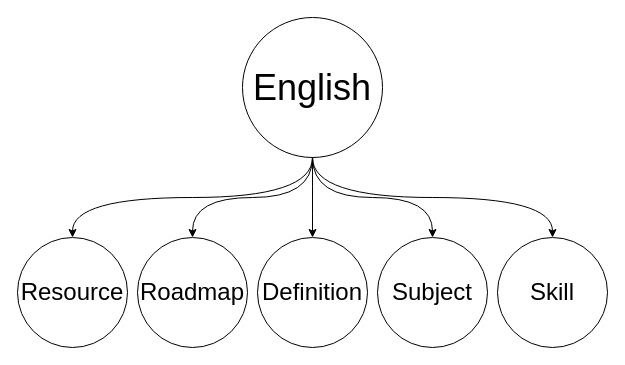
kashanimorteza/english_document keeps this draw.io diagram as page "AI" (1 of 2) of design/general.drawio. Above is the earlier version. Source tidied: cells renumbered, new cells numbered last; positions are measured from the earlier drawing's top-left corner, leaving out a move shared by most shapes. Both pictures are drawn from the tidied source at 100%, with x=0, y=0 at pixel (17, 17).
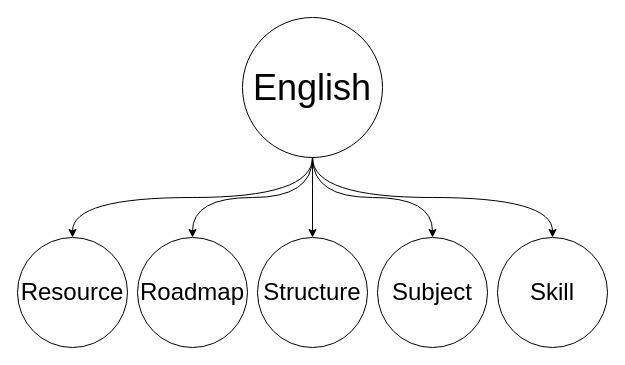
Above is the later version.

What changed in the source:
```diff
@@
 <mxGraphModel>
   <root>
     <mxCell id="0" />
     <mxCell id="1" parent="0" />
     <mxCell id="2" style="edgeStyle=orthogonalEdgeStyle;rounded=0;jettySize=auto;html=1;curved=1;exitX=0.5;exitY=1;exitDx=0;exitDy=0;" parent="1" edge="1" source="6" target="7">
       <mxGeometry relative="1" as="geometry" />
     </mxCell>
     <mxCell id="3" style="edgeStyle=orthogonalEdgeStyle;rounded=0;jettySize=auto;html=1;curved=1;exitX=0.5;exitY=1;exitDx=0;exitDy=0;" parent="1" edge="1" source="6" target="8">
       <mxGeometry relative="1" as="geometry" />
     </mxCell>
     <mxCell id="4" style="edgeStyle=orthogonalEdgeStyle;rounded=0;jettySize=auto;html=1;curved=1;" parent="1" edge="1" source="6" target="9">
       <mxGeometry relative="1" as="geometry" />
     </mxCell>
     <mxCell id="5" style="edgeStyle=orthogonalEdgeStyle;rounded=0;jettySize=auto;html=1;strokeColor=default;align=center;verticalAlign=middle;fontFamily=Helvetica;fontSize=11;fontColor=default;labelBackgroundColor=default;endArrow=classic;curved=1;exitX=0.5;exitY=1;exitDx=0;exitDy=0;" parent="1" edge="1" source="6" target="10">
       <mxGeometry relative="1" as="geometry" />
     </mxCell>
     <mxCell id="6" value="&lt;font style=&quot;font-size: 36px;&quot;&gt;English&lt;/font&gt;" style="ellipse;whiteSpace=wrap;html=1;" parent="1" vertex="1">
       <mxGeometry x="225" width="140" height="140" as="geometry" />
     </mxCell>
     <mxCell id="7" value="Subject" style="ellipse;whiteSpace=wrap;html=1;fontSize=24;" parent="1" vertex="1">
       <mxGeometry x="360" y="220" width="110" height="110" as="geometry" />
     </mxCell>
     <mxCell id="8" value="Skill" style="ellipse;whiteSpace=wrap;html=1;fontSize=24;" parent="1" vertex="1">
       <mxGeometry x="480" y="220" width="110" height="110" as="geometry" />
     </mxCell>
-    <mxCell id="9" value="Definition" style="ellipse;whiteSpace=wrap;html=1;fontSize=24;" parent="1" vertex="1">
+    <mxCell id="9" value="Structure" style="ellipse;whiteSpace=wrap;html=1;fontSize=24;" parent="1" vertex="1">
       <mxGeometry x="240" y="220" width="110" height="110" as="geometry" />
     </mxCell>
     <mxCell id="10" value="Resource" style="ellipse;whiteSpace=wrap;html=1;strokeColor=default;align=center;verticalAlign=middle;fontFamily=Helvetica;fontSize=24;fontColor=default;fillColor=default;" parent="1" vertex="1">
       <mxGeometry y="220" width="110" height="110" as="geometry" />
     </mxCell>
     <mxCell id="11" style="edgeStyle=orthogonalEdgeStyle;rounded=0;jettySize=auto;html=1;strokeColor=default;align=center;verticalAlign=middle;fontFamily=Helvetica;fontSize=11;fontColor=default;labelBackgroundColor=default;endArrow=classic;curved=1;exitX=0.5;exitY=1;exitDx=0;exitDy=0;" parent="1" edge="1" source="6" target="12">
       <mxGeometry relative="1" as="geometry" />
     </mxCell>
     <mxCell id="12" value="Roadmap" style="ellipse;whiteSpace=wrap;html=1;strokeColor=default;align=center;verticalAlign=middle;fontFamily=Helvetica;fontSize=24;fontColor=default;fillColor=default;" parent="1" vertex="1">
       <mxGeometry x="120" y="220" width="110" height="110" as="geometry" />
     </mxCell>
   </root>
 </mxGraphModel>
```
